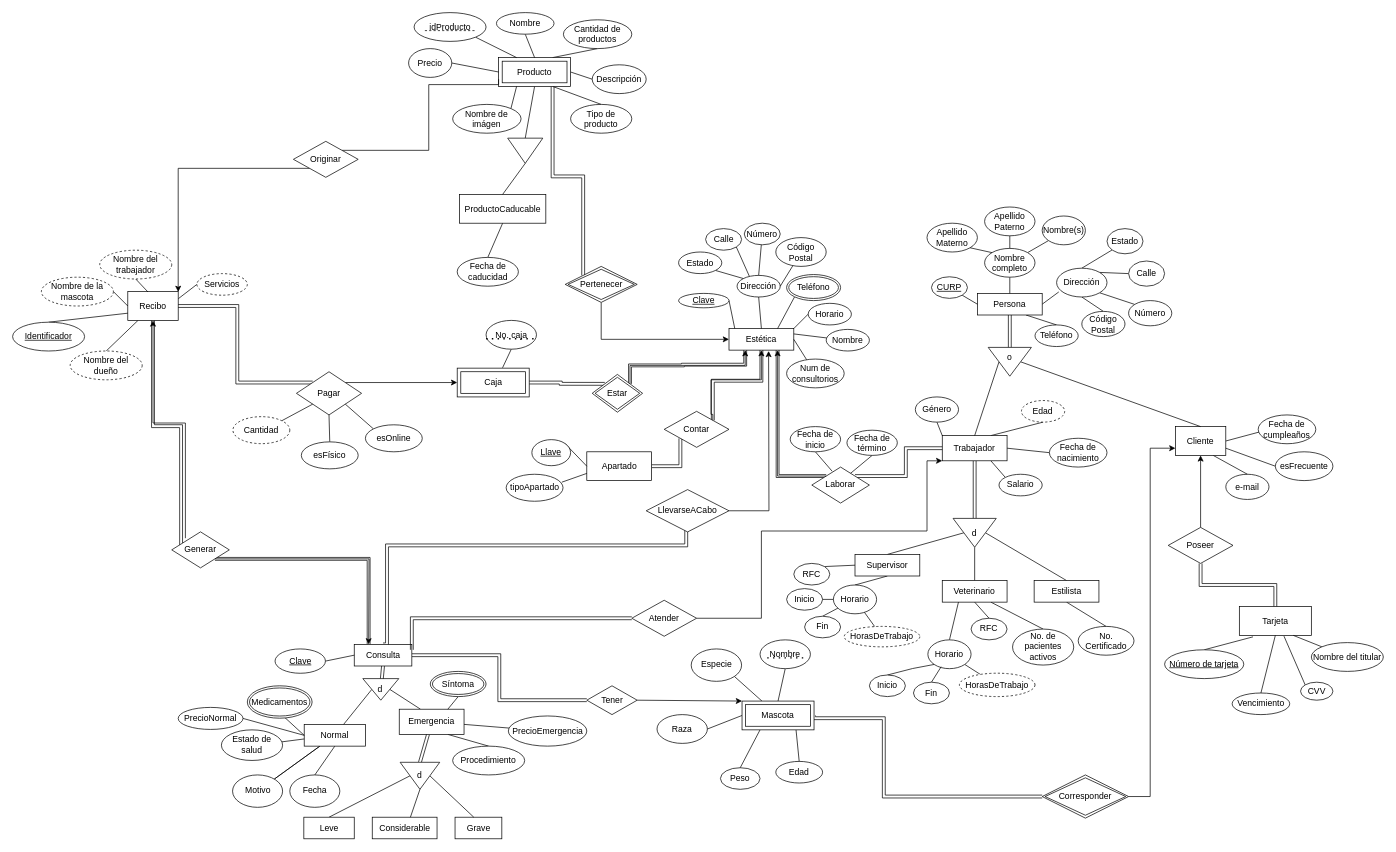
This is ERAlfa.drawio from FBD-Alfa/Practica03, a draw.io file, before an edit. Source tidied: cells renumbered, new cells numbered last; positions are measured from the earlier drawing's top-left corner, leaving out a move shared by most shapes. Both pictures are drawn from the tidied source at 72%, with x=0, y=0 at pixel (12, 12).
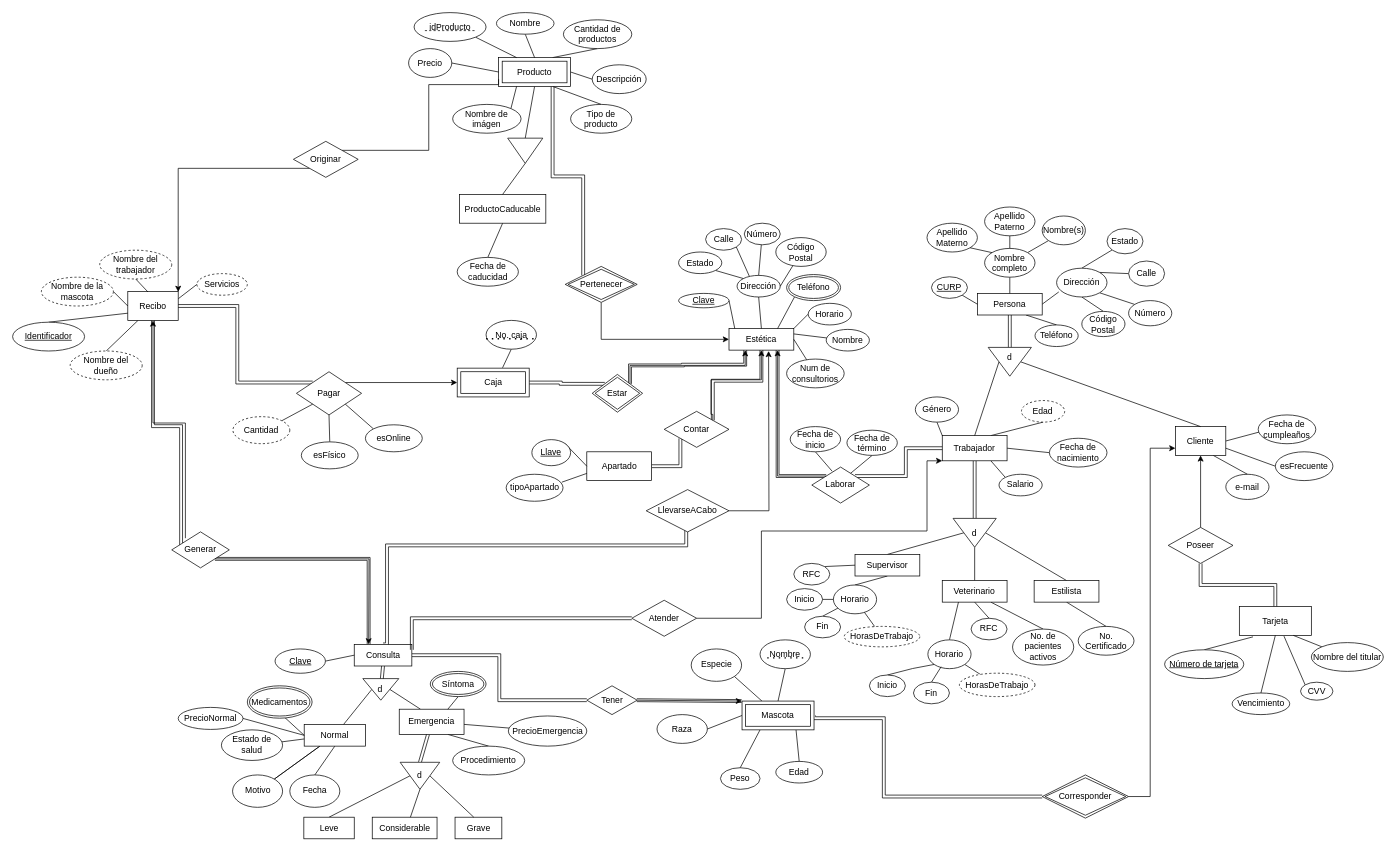
The same diagram, later.

Diff of the diagram source:
```diff
@@
-    <mxCell id="228" value="o" style="text;html=1;strokeColor=none;fillColor=none;align=center;verticalAlign=middle;whiteSpace=wrap;rounded=0;" parent="1" vertex="1">
+    <mxCell id="228" value="d" style="text;html=1;strokeColor=none;fillColor=none;align=center;verticalAlign=middle;whiteSpace=wrap;rounded=0;" parent="1" vertex="1">
       <mxGeometry x="1355" y="463.8" width="60" height="30" as="geometry" />
     </mxCell>
@@
+    <mxCell id="257" style="edgeStyle=none;rounded=0;orthogonalLoop=1;jettySize=auto;html=1;exitX=1;exitY=0.5;exitDx=0;exitDy=0;entryX=0;entryY=0;entryDx=0;entryDy=0;endArrow=classic;endFill=1;shape=link;" parent="1" edge="1">
+      <mxGeometry relative="1" as="geometry">
+        <mxPoint x="866.9" y="955" as="sourcePoint" />
+        <mxPoint x="1012.5" y="956.2" as="targetPoint" />
+      </mxGeometry>
+    </mxCell>
```
